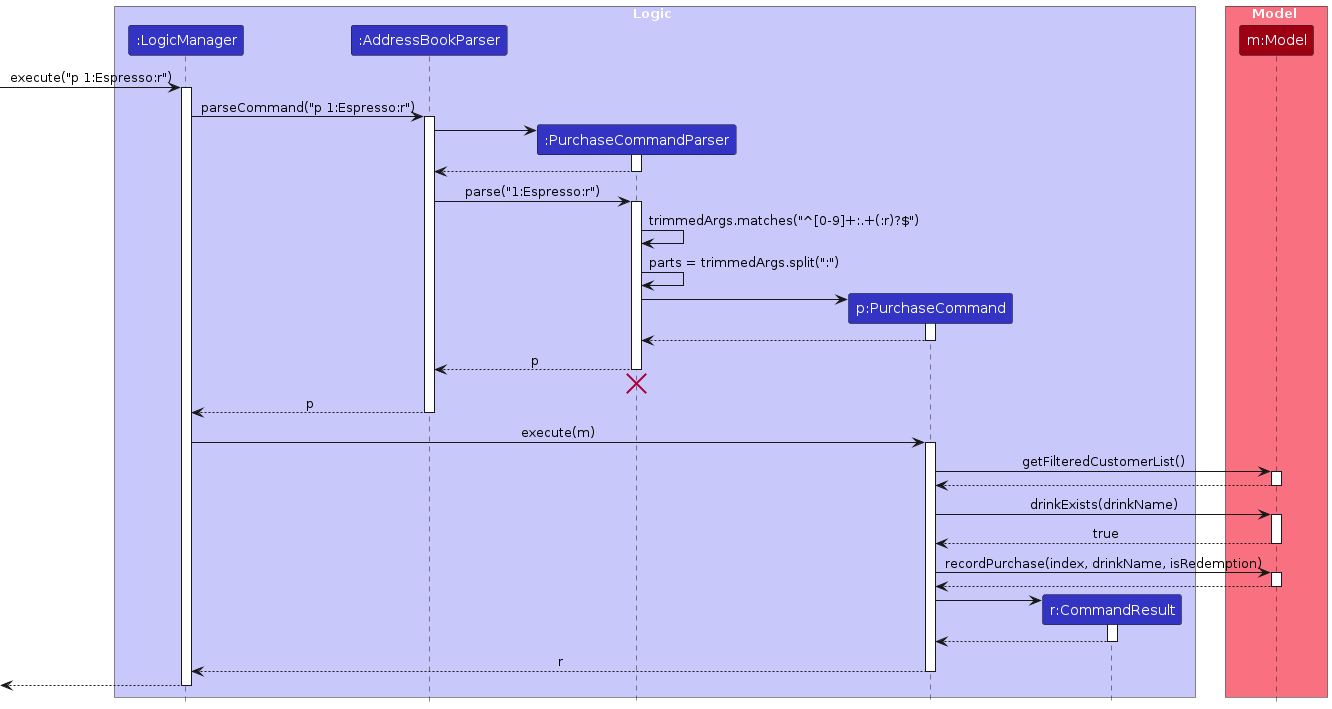
loyaltypollution/tp keeps this PlantUML diagram as diagrams/PurchaseShortcutCommandSequenceDiagram.png. Above is the earlier version. Its source is kept beside it as diagrams/PurchaseShortcutCommandSequenceDiagram.puml.
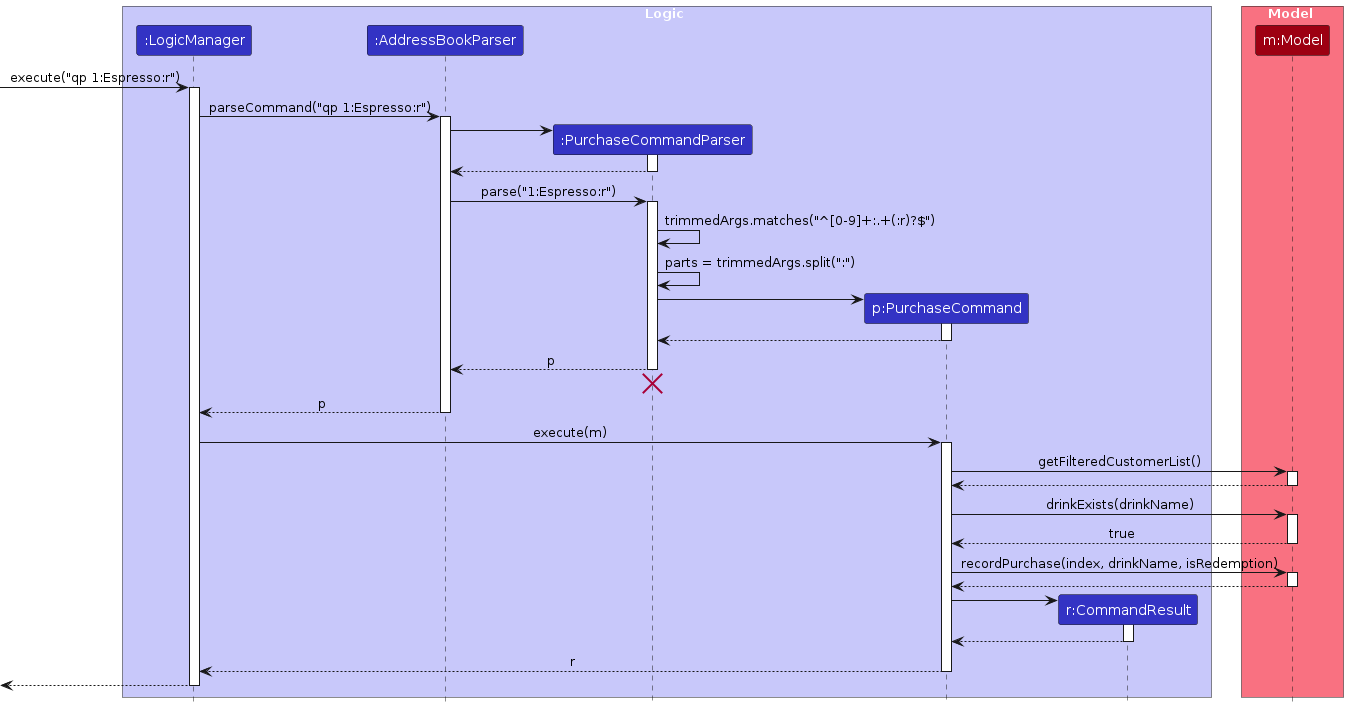
After the change.

The edit, as a diff of the source:
```diff
@@ -14,10 +14,10 @@
 participant "m:Model" as Model MODEL_COLOR
 end box
 
-[-> LogicManager : execute("p 1:Espresso:r")
+[-> LogicManager : execute("qp 1:Espresso:r")
 activate LogicManager
 
-LogicManager -> CafeConnectParser : parseCommand("p 1:Espresso:r")
+LogicManager -> CafeConnectParser : parseCommand("qp 1:Espresso:r")
 activate CafeConnectParser
 
 create PurchaseCommandParser
```
